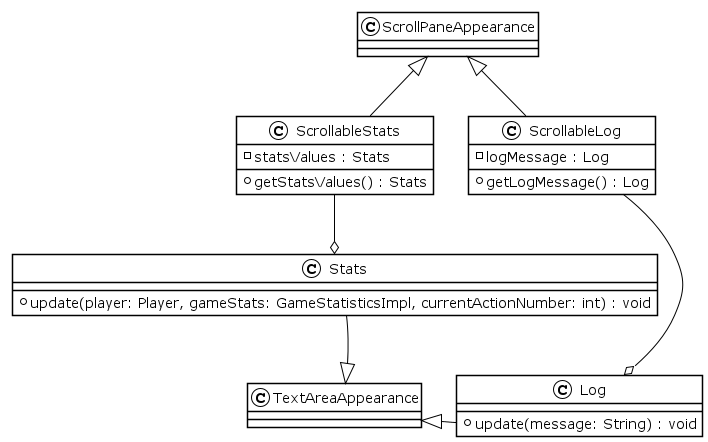
Earlier version of the PlantUML export img/uml/StatsLog.png (CrazyPingu/OOP21-MAP). The source it was exported from:
```plantuml
@startuml Stats_Log
!theme plain
class Log extends TextAreaAppearance {
    + update(message: String) : void
}
Log -down[hidden] TextAreaAppearance
class Stats extends TextAreaAppearance {
    + update(player: Player, gameStats: GameStatisticsImpl, currentActionNumber: int) : void
}

class ScrollableLog extends ScrollPaneAppearance {
    - logMessage : Log
    + getLogMessage() : Log
}
class ScrollableStats extends ScrollPaneAppearance  {
    - statsValues : Stats
    + getStatsValues() : Stats
}

ScrollableStats -down-o Stats
ScrollableLog -down-o Log
ScrollableLog -down[hidden]-o Stats
TextAreaAppearance -up[hidden]-o Stats
TextAreaAppearance -up[hidden]-o Log

@enduml
```
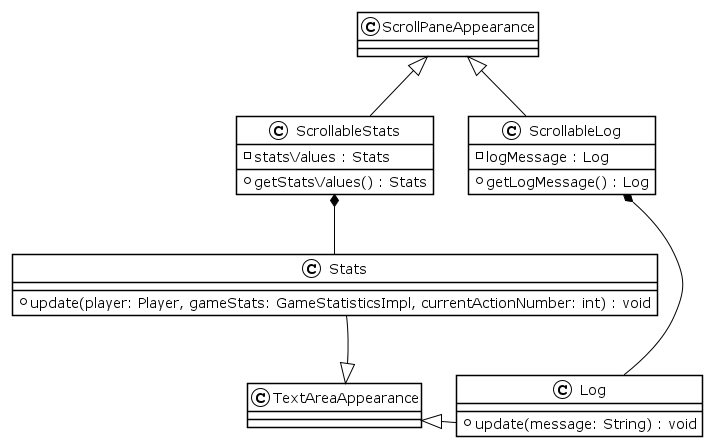
The same diagram one commit later.

The edit, as a diff of the source:
```diff
@@ -1,4 +1,4 @@
-@startuml Stats_Log
+@startuml StatsLog
 !theme plain
 class Log extends TextAreaAppearance {
     + update(message: String) : void
@@ -7,7 +7,6 @@
 class Stats extends TextAreaAppearance {
     + update(player: Player, gameStats: GameStatisticsImpl, currentActionNumber: int) : void
 }
-
 class ScrollableLog extends ScrollPaneAppearance {
     - logMessage : Log
     + getLogMessage() : Log
@@ -16,11 +15,9 @@
     - statsValues : Stats
     + getStatsValues() : Stats
 }
-
-ScrollableStats -down-o Stats
-ScrollableLog -down-o Log
+ScrollableStats *-down- Stats
+ScrollableLog *-down- Log
 ScrollableLog -down[hidden]-o Stats
 TextAreaAppearance -up[hidden]-o Stats
 TextAreaAppearance -up[hidden]-o Log
-
 @enduml
```
